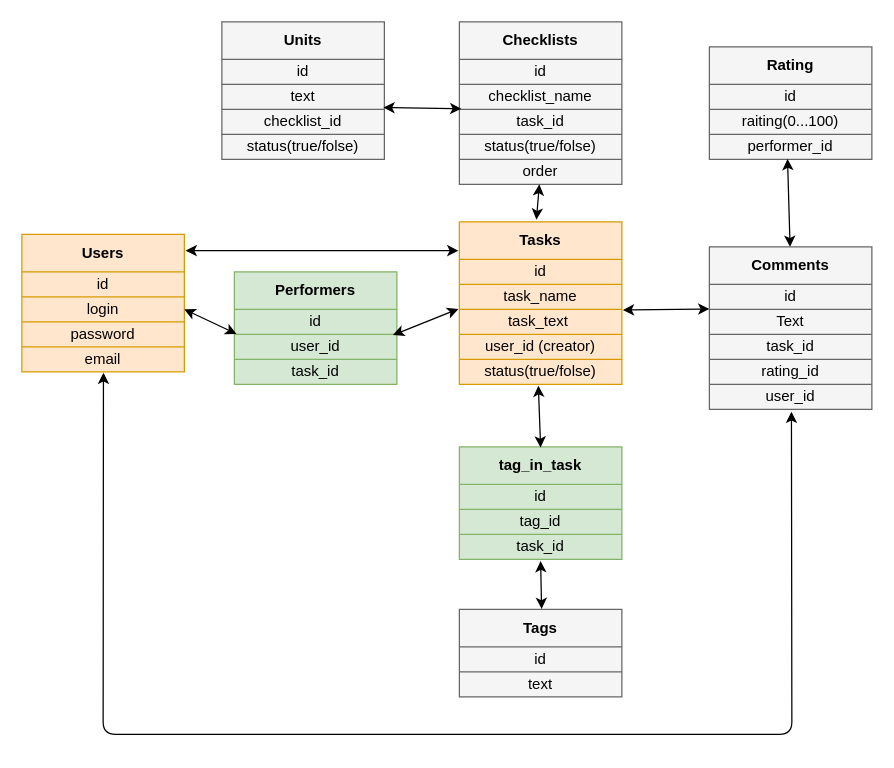
Before: Untitled Diagram.drawio in newdenweer/promise-learning, a draw.io diagram. Source tidied: cells renumbered, new cells numbered last; positions are measured from the earlier drawing's top-left corner, leaving out a move shared by most shapes. Both pictures are drawn from the tidied source at 125%, with x=0, y=0 at pixel (21, 21).
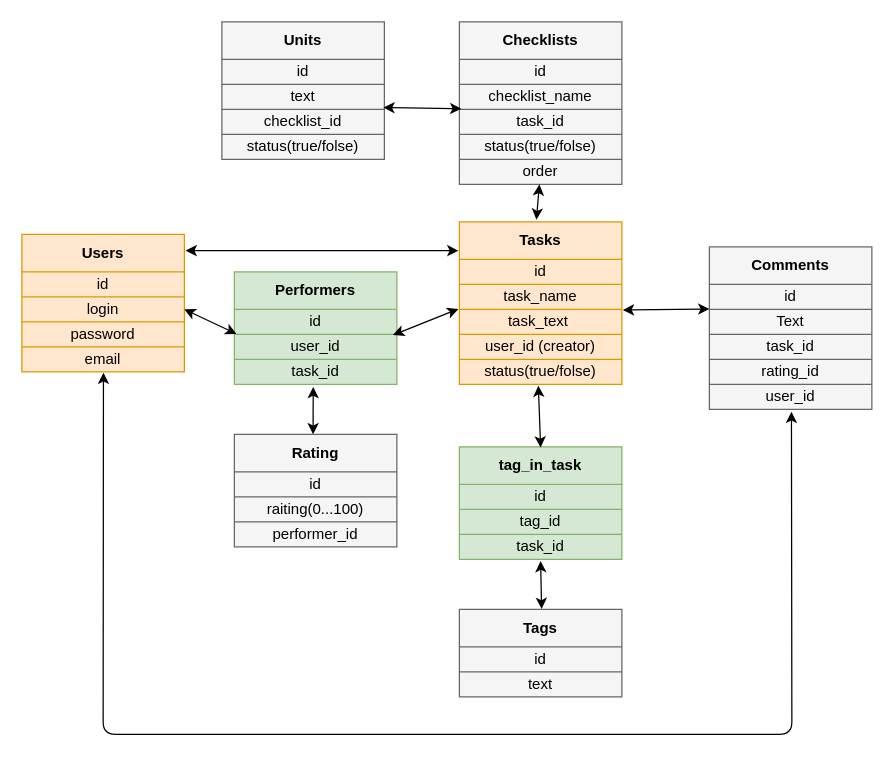
Above is the later version.

The change refers to these unchanged cells:
```xml
<mxCell id="33" style="shape=partialRectangle;html=1;whiteSpace=wrap;fillColor=none;top=0;left=0;bottom=0;right=0;points=[[0,0.5],[1,0.5]];portConstraint=eastwest;" parent="26" vertex="1">
  <mxGeometry y="70" width="130" height="20" as="geometry" />
</mxCell>
<mxCell id="62" style="shape=partialRectangle;html=1;whiteSpace=wrap;fillColor=none;top=0;left=0;bottom=0;right=0;points=[[0,0.5],[1,0.5]];portConstraint=eastwest;" parent="55" vertex="1">
  <mxGeometry y="70" width="130" height="20" as="geometry" />
</mxCell>
<mxCell id="65" style="shape=partialRectangle;html=1;whiteSpace=wrap;fillColor=none;top=0;left=0;bottom=0;right=0;points=[[0,0.5],[1,0.5]];portConstraint=eastwest;" parent="64" vertex="1">
  <mxGeometry width="130" height="30" as="geometry" />
</mxCell>
```

Change to the diagram source:
```diff
@@
     <mxCell id="55" style="shape=table;html=1;whiteSpace=wrap;startSize=0;childLayout=tableLayout;fillColor=#f5f5f5;strokeColor=#666666;fontColor=#333333;" parent="1" vertex="1">
-      <mxGeometry x="550" y="20" width="130" height="90" as="geometry" />
+      <mxGeometry x="170" y="330" width="130" height="90" as="geometry" />
     </mxCell>
@@
-    <mxCell id="91" style="endArrow=classic;startArrow=classic;html=1;entryX=0.481;entryY=0.983;entryDx=0;entryDy=0;entryPerimeter=0;" parent="1" edge="1" source="65" target="62">
-      <mxGeometry relative="1" as="geometry" />
+    <mxCell id="91" style="endArrow=classic;startArrow=classic;html=1;exitX=0.485;exitY=1.1;exitDx=0;exitDy=0;exitPerimeter=0;" parent="1" edge="1" source="33">
+      <mxGeometry relative="1" as="geometry">
+        <mxPoint x="233" y="330" as="targetPoint" />
+      </mxGeometry>
     </mxCell>
```
